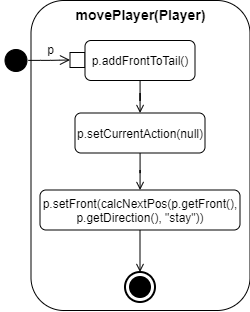
The draw.io diagram Doku/images/AD_movePlayer.png in KjellooMelloo/gameoftrons, before a commit. Source tidied: cells renumbered, new cells last; positions are measured from the earlier drawing's top-left corner, leaving out a move shared by most shapes.
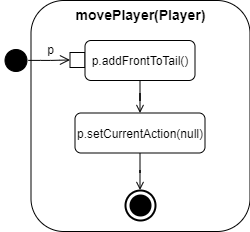
After the commit.

The edit, as a diff of the source:
```diff
@@ -3,7 +3,7 @@
     <mxCell id="0" />
     <mxCell id="1" parent="0" />
     <mxCell id="2" value="&lt;b&gt;&lt;font style=&quot;font-size: 14px&quot;&gt;movePlayer(Player)&lt;/font&gt;&lt;/b&gt;" style="rounded=1;whiteSpace=wrap;html=1;align=center;verticalAlign=top;" parent="1" vertex="1">
-      <mxGeometry x="30.5" width="219" height="310" as="geometry" />
+      <mxGeometry x="30.5" width="219" height="231" as="geometry" />
     </mxCell>
     <mxCell id="3" style="ellipse;html=1;shape=startState;fillColor=#000000;strokeColor=#000000;align=center;" parent="1" vertex="1">
       <mxGeometry x="0.5" y="45" width="30" height="30" as="geometry" />
@@ -23,20 +23,16 @@
     <mxCell id="8" value="p.addFrontToTail()" style="shape=rect;html=1;rounded=1;whiteSpace=wrap;align=center;" parent="1" vertex="1">
       <mxGeometry x="84.5" y="40" width="110" height="40" as="geometry" />
     </mxCell>
-    <mxCell id="9" style="edgeStyle=orthogonalEdgeStyle;rounded=0;jettySize=auto;html=1;endArrow=open;endFill=0;" parent="1" edge="1" source="10" target="12">
-      <mxGeometry relative="1" as="geometry" />
+    <mxCell id="9" style="edgeStyle=orthogonalEdgeStyle;rounded=0;jettySize=auto;html=1;endArrow=open;endFill=0;" parent="1" edge="1" source="10">
+      <mxGeometry relative="1" as="geometry">
+        <mxPoint x="139.5" y="189.5" as="targetPoint" />
+      </mxGeometry>
     </mxCell>
     <mxCell id="10" value="p.setCurrentAction(null)" style="shape=rect;html=1;rounded=1;whiteSpace=wrap;align=center;" parent="1" vertex="1">
       <mxGeometry x="74.5" y="112.5" width="130" height="40" as="geometry" />
     </mxCell>
-    <mxCell id="11" style="edgeStyle=orthogonalEdgeStyle;rounded=0;jettySize=auto;html=1;entryX=0.5;entryY=0;entryDx=0;entryDy=0;entryPerimeter=0;endArrow=open;endFill=0;" parent="1" edge="1" source="12" target="13">
-      <mxGeometry relative="1" as="geometry" />
+    <mxCell id="11" style="html=1;shape=mxgraph.sysml.actFinal;strokeWidth=2;verticalLabelPosition=bottom;verticalAlignment=top;align=center;" parent="1" vertex="1">
+      <mxGeometry x="125" y="190" width="30" height="30" as="geometry" />
     </mxCell>
-    <mxCell id="12" value="p.setFront(calcNextPos(p.getFront(), p.getDirection(), &quot;stay&quot;))" style="shape=rect;html=1;rounded=1;whiteSpace=wrap;align=center;" parent="1" vertex="1">
-      <mxGeometry x="39.5" y="189.5" width="200" height="40" as="geometry" />
-    </mxCell>
-    <mxCell id="13" style="html=1;shape=mxgraph.sysml.actFinal;strokeWidth=2;verticalLabelPosition=bottom;verticalAlignment=top;align=center;" parent="1" vertex="1">
-      <mxGeometry x="124.5" y="271.5" width="30" height="30" as="geometry" />
-    </mxCell>
   </root>
 </mxGraphModel>
```
